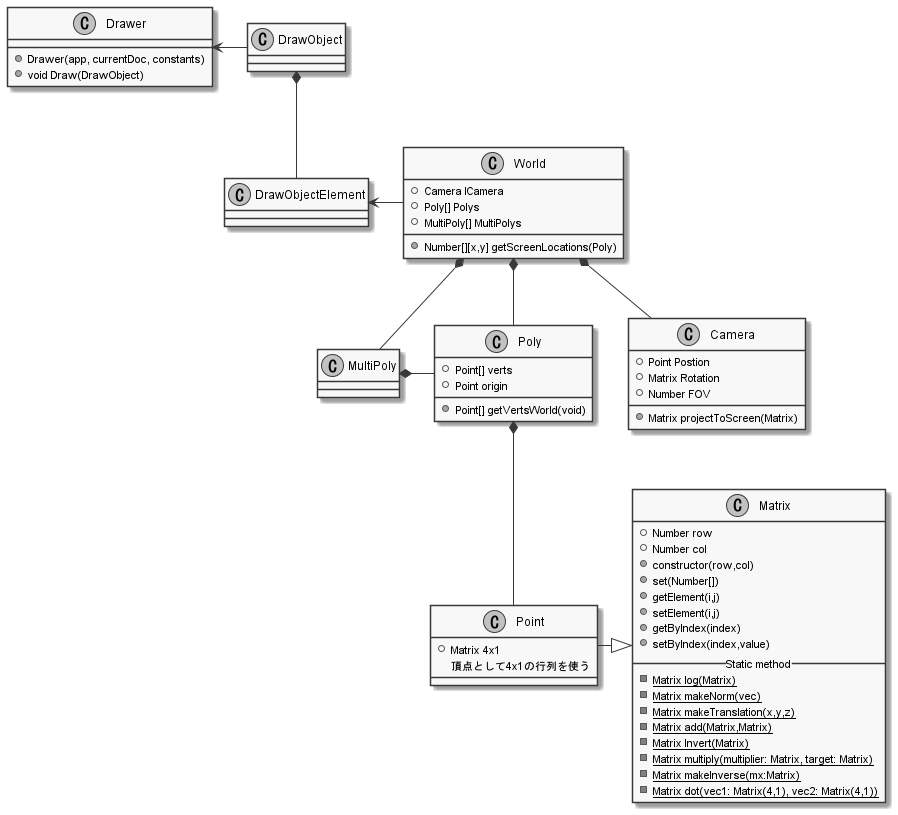
The PlantUML diagram out/graph/Architecture.png in takiren/ExtendYourPerspectives, before a commit.
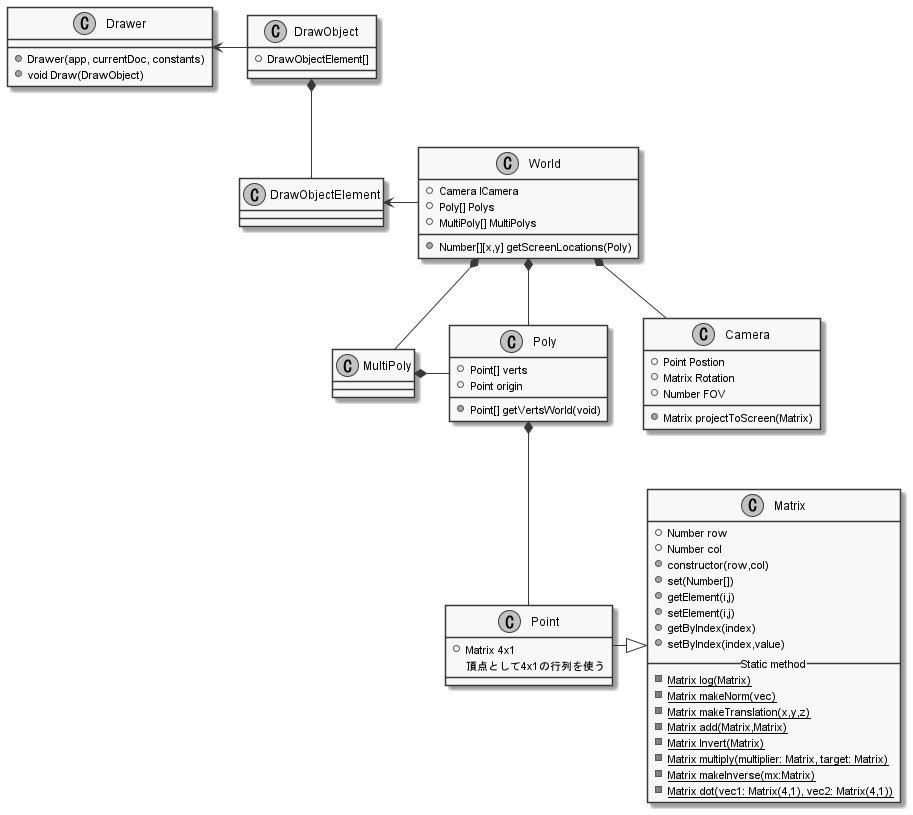
Later version of the same file.

The edit, as a diff of the source:
```diff
@@ -55,6 +55,7 @@
 }
 
 class DrawObject{
+    + DrawObjectElement[]
 }
 class DrawObjectElement{
 }
```
